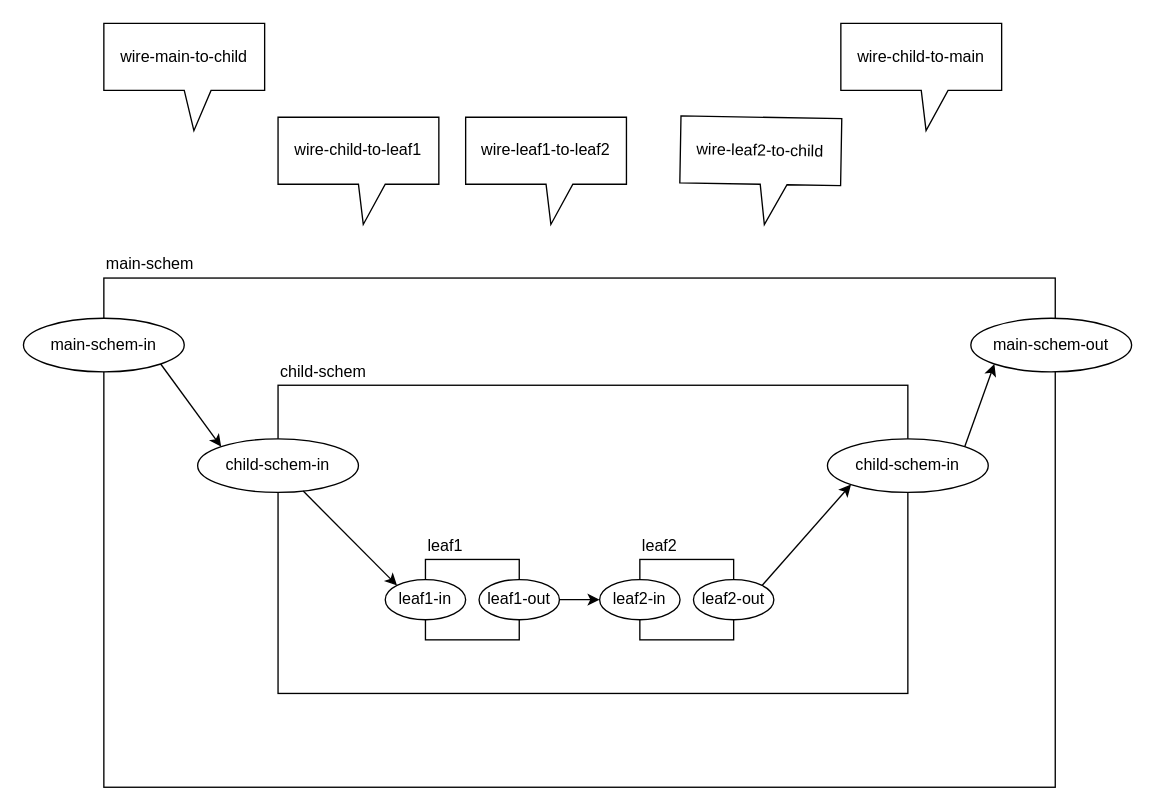
easye/cl-event-passing keeps this draw.io diagram as page "Page-1" (1 of 5) of test6.drawio. Above is the earlier version. Source tidied: cells renumbered, new cells numbered last; positions are measured from the earlier drawing's top-left corner, leaving out a move shared by most shapes. Both pictures are drawn from the tidied source at 134%, with x=0, y=0 at pixel (23, 23).
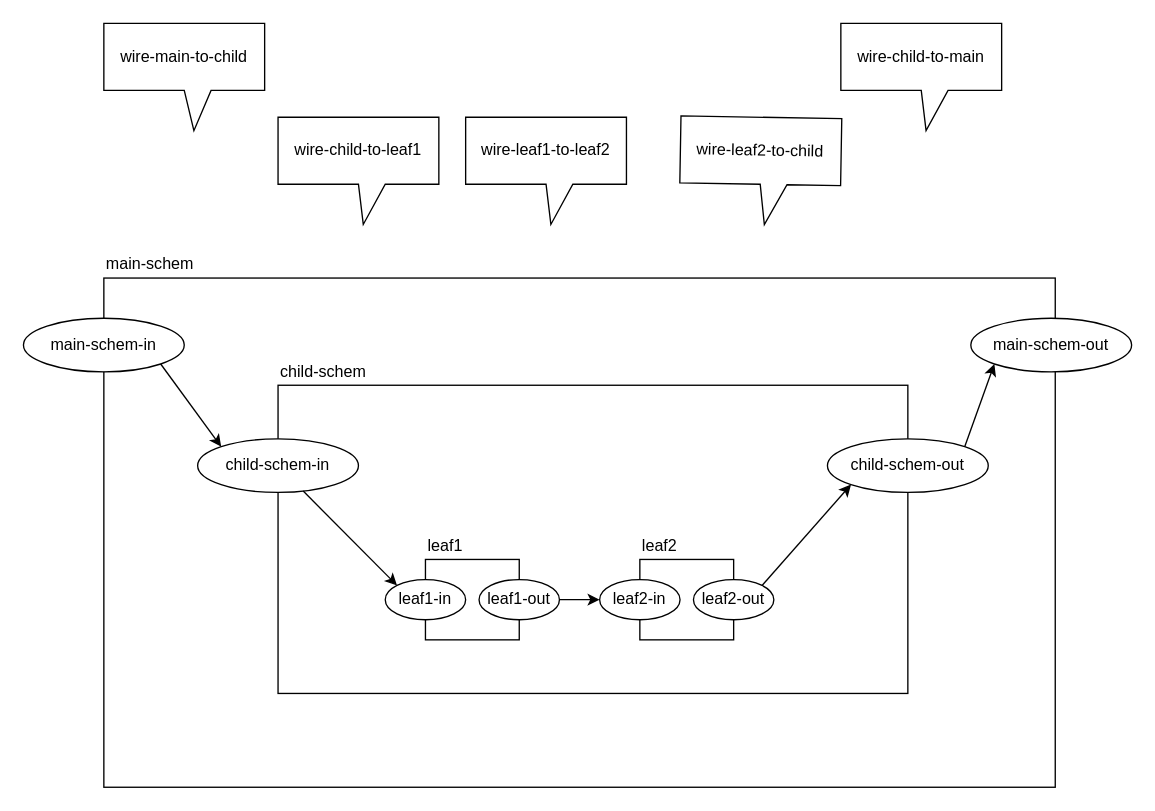
The same diagram, later.

What changed in the source:
```diff
@@
-    <mxCell id="8" value="child-schem-in" style="ellipse;whiteSpace=wrap;html=1;" parent="1" vertex="1">
+    <mxCell id="8" value="child-schem-out" style="ellipse;whiteSpace=wrap;html=1;" parent="1" vertex="1">
       <mxGeometry x="600" y="310" width="120" height="40" as="geometry" />
     </mxCell>
```
